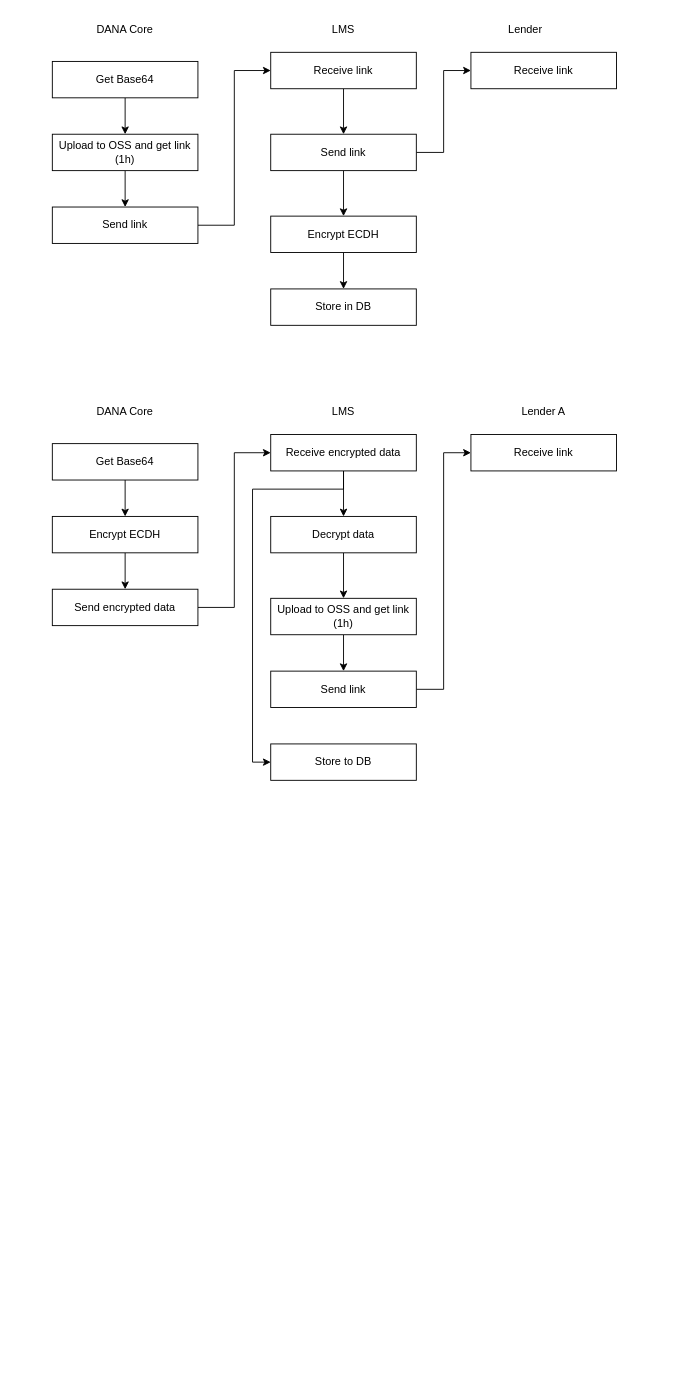
Earlier version of the draw.io diagram page "PII Discussion" (2 of 2) of multi_lender_migration_sop.drawio (bonggalshn/dna_diagram). Source tidied: cells renumbered, new cells numbered last; positions are measured from the earlier drawing's top-left corner, leaving out a move shared by most shapes. Both pictures are drawn from the tidied source at 91%, with x=0, y=0 at pixel (52, 15).
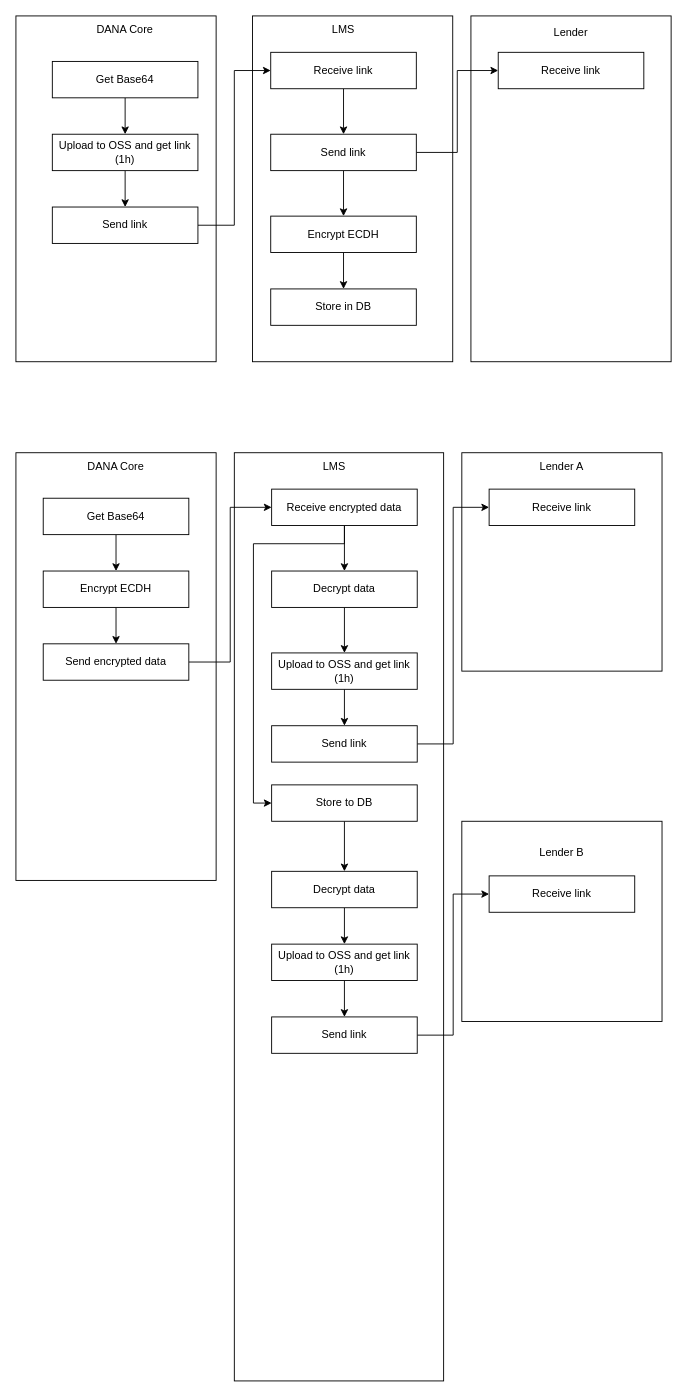
Above is the later version.

Diff of the diagram source:
```diff
@@
+    <mxCell id="40" style="rounded=0;whiteSpace=wrap;html=1;" parent="1" vertex="1">
+      <mxGeometry x="450" y="480" width="220" height="240" as="geometry" />
+    </mxCell>
+    <mxCell id="41" style="rounded=0;whiteSpace=wrap;html=1;" parent="1" vertex="1">
+      <mxGeometry x="200" y="480" width="230" height="1020" as="geometry" />
+    </mxCell>
+    <mxCell id="42" style="rounded=0;whiteSpace=wrap;html=1;" parent="1" vertex="1">
+      <mxGeometry x="-40" y="480" width="220" height="470" as="geometry" />
+    </mxCell>
+    <mxCell id="43" style="rounded=0;whiteSpace=wrap;html=1;" parent="1" vertex="1">
+      <mxGeometry x="460" width="220" height="380" as="geometry" />
+    </mxCell>
+    <mxCell id="44" style="rounded=0;whiteSpace=wrap;html=1;" parent="1" vertex="1">
+      <mxGeometry x="-40" width="220" height="380" as="geometry" />
+    </mxCell>
+    <mxCell id="45" style="rounded=0;whiteSpace=wrap;html=1;" parent="1" vertex="1">
+      <mxGeometry x="220" width="220" height="380" as="geometry" />
+    </mxCell>
@@
     <mxCell id="18" value="Lender" style="text;html=1;strokeColor=none;fillColor=none;align=center;verticalAlign=middle;whiteSpace=wrap;rounded=0;" parent="1" vertex="1">
-      <mxGeometry x="440" width="160" height="30" as="geometry" />
+      <mxGeometry x="490" y="4" width="160" height="30" as="geometry" />
     </mxCell>
     <mxCell id="19" value="Receive link" style="rounded=0;whiteSpace=wrap;html=1;imageVerticalAlign=top;" parent="1" vertex="1">
-      <mxGeometry x="460" y="40" width="160" height="40" as="geometry" />
+      <mxGeometry x="490" y="40" width="160" height="40" as="geometry" />
     </mxCell>
@@
     <mxCell id="21" value="Get Base64" style="rounded=0;whiteSpace=wrap;html=1;imageVerticalAlign=top;" parent="1" vertex="1">
-      <mxGeometry y="470" width="160" height="40" as="geometry" />
+      <mxGeometry x="-10" y="530" width="160" height="40" as="geometry" />
     </mxCell>
@@
     <mxCell id="23" value="Encrypt ECDH" style="rounded=0;whiteSpace=wrap;html=1;imageVerticalAlign=top;" parent="1" vertex="1">
-      <mxGeometry y="550" width="160" height="40" as="geometry" />
+      <mxGeometry x="-10" y="610" width="160" height="40" as="geometry" />
     </mxCell>
     <mxCell id="24" value="DANA Core" style="text;html=1;strokeColor=none;fillColor=none;align=center;verticalAlign=middle;whiteSpace=wrap;rounded=0;" parent="1" vertex="1">
-      <mxGeometry y="420" width="160" height="30" as="geometry" />
+      <mxGeometry x="-10" y="480" width="160" height="30" as="geometry" />
     </mxCell>
     <mxCell id="25" value="LMS" style="text;html=1;strokeColor=none;fillColor=none;align=center;verticalAlign=middle;whiteSpace=wrap;rounded=0;" parent="1" vertex="1">
-      <mxGeometry x="240" y="420" width="160" height="30" as="geometry" />
+      <mxGeometry x="230" y="480" width="160" height="30" as="geometry" />
     </mxCell>
@@
-    <mxCell id="27" style="edgeStyle=orthogonalEdgeStyle;rounded=0;jettySize=auto;html=1;" parent="1" edge="1" source="28" target="39">
+    <mxCell id="27" style="edgeStyle=orthogonalEdgeStyle;rounded=0;jettySize=auto;html=1;entryX=0;entryY=0.5;entryDx=0;entryDy=0;" parent="1" edge="1" source="28" target="39">
       <mxGeometry relative="1" as="geometry">
         <Array as="points">
-          <mxPoint x="320" y="520" />
-          <mxPoint x="220" y="520" />
-          <mxPoint x="220" y="820" />
+          <mxPoint x="321" y="580" />
+          <mxPoint x="221" y="580" />
+          <mxPoint x="221" y="865" />
         </Array>
       </mxGeometry>
     </mxCell>
     <mxCell id="28" value="Receive encrypted data" style="rounded=0;whiteSpace=wrap;html=1;imageVerticalAlign=top;" parent="1" vertex="1">
-      <mxGeometry x="240" y="460" width="160" height="40" as="geometry" />
+      <mxGeometry x="241" y="520" width="160" height="40" as="geometry" />
     </mxCell>
@@
     <mxCell id="30" value="Decrypt data" style="rounded=0;whiteSpace=wrap;html=1;imageVerticalAlign=top;" parent="1" vertex="1">
-      <mxGeometry x="240" y="550" width="160" height="40" as="geometry" />
+      <mxGeometry x="241" y="610" width="160" height="40" as="geometry" />
     </mxCell>
@@
     <mxCell id="32" value="Send encrypted data" style="rounded=0;whiteSpace=wrap;html=1;imageVerticalAlign=top;" parent="1" vertex="1">
-      <mxGeometry y="630" width="160" height="40" as="geometry" />
+      <mxGeometry x="-10" y="690" width="160" height="40" as="geometry" />
     </mxCell>
@@
     <mxCell id="34" value="Upload to OSS and get link (1h)" style="rounded=0;whiteSpace=wrap;html=1;imageVerticalAlign=top;" parent="1" vertex="1">
-      <mxGeometry x="240" y="640" width="160" height="40" as="geometry" />
+      <mxGeometry x="241" y="700" width="160" height="40" as="geometry" />
     </mxCell>
@@
     <mxCell id="36" value="Send link" style="rounded=0;whiteSpace=wrap;html=1;imageVerticalAlign=top;" parent="1" vertex="1">
-      <mxGeometry x="240" y="720" width="160" height="40" as="geometry" />
+      <mxGeometry x="241" y="780" width="160" height="40" as="geometry" />
     </mxCell>
     <mxCell id="37" value="Lender A" style="text;html=1;strokeColor=none;fillColor=none;align=center;verticalAlign=middle;whiteSpace=wrap;rounded=0;" parent="1" vertex="1">
-      <mxGeometry x="460" y="420" width="160" height="30" as="geometry" />
+      <mxGeometry x="480" y="480" width="160" height="30" as="geometry" />
     </mxCell>
     <mxCell id="38" value="Receive link" style="rounded=0;whiteSpace=wrap;html=1;imageVerticalAlign=top;" parent="1" vertex="1">
-      <mxGeometry x="460" y="460" width="160" height="40" as="geometry" />
+      <mxGeometry x="480" y="520" width="160" height="40" as="geometry" />
     </mxCell>
+    <mxCell id="46" style="edgeStyle=orthogonalEdgeStyle;rounded=0;jettySize=auto;html=1;" parent="1" edge="1" source="39" target="51">
+      <mxGeometry relative="1" as="geometry" />
+    </mxCell>
     <mxCell id="39" value="Store to DB" style="rounded=0;whiteSpace=wrap;html=1;imageVerticalAlign=top;" parent="1" vertex="1">
-      <mxGeometry x="240" y="800" width="160" height="40" as="geometry" />
+      <mxGeometry x="241" y="845" width="160" height="40" as="geometry" />
     </mxCell>
+    <mxCell id="47" style="rounded=0;whiteSpace=wrap;html=1;" parent="1" vertex="1">
+      <mxGeometry x="450" y="885" width="220" height="220" as="geometry" />
+    </mxCell>
+    <mxCell id="48" value="Lender B" style="text;html=1;strokeColor=none;fillColor=none;align=center;verticalAlign=middle;whiteSpace=wrap;rounded=0;" parent="1" vertex="1">
+      <mxGeometry x="480" y="905" width="160" height="30" as="geometry" />
+    </mxCell>
+    <mxCell id="49" value="Receive link" style="rounded=0;whiteSpace=wrap;html=1;imageVerticalAlign=top;" parent="1" vertex="1">
+      <mxGeometry x="480" y="945" width="160" height="40" as="geometry" />
+    </mxCell>
+    <mxCell id="50" style="edgeStyle=orthogonalEdgeStyle;rounded=0;jettySize=auto;html=1;" parent="1" edge="1" source="51" target="53">
+      <mxGeometry relative="1" as="geometry" />
+    </mxCell>
+    <mxCell id="51" value="Decrypt data" style="rounded=0;whiteSpace=wrap;html=1;imageVerticalAlign=top;" parent="1" vertex="1">
+      <mxGeometry x="241" y="940" width="160" height="40" as="geometry" />
+    </mxCell>
+    <mxCell id="52" style="edgeStyle=orthogonalEdgeStyle;rounded=0;jettySize=auto;html=1;" parent="1" edge="1" source="53" target="55">
+      <mxGeometry relative="1" as="geometry" />
+    </mxCell>
+    <mxCell id="53" value="Upload to OSS and get link (1h)" style="rounded=0;whiteSpace=wrap;html=1;imageVerticalAlign=top;" parent="1" vertex="1">
+      <mxGeometry x="241" y="1020" width="160" height="40" as="geometry" />
+    </mxCell>
+    <mxCell id="54" style="edgeStyle=orthogonalEdgeStyle;rounded=0;jettySize=auto;html=1;entryX=0;entryY=0.5;entryDx=0;entryDy=0;" parent="1" edge="1" source="55" target="49">
+      <mxGeometry relative="1" as="geometry" />
+    </mxCell>
+    <mxCell id="55" value="Send link" style="rounded=0;whiteSpace=wrap;html=1;imageVerticalAlign=top;" parent="1" vertex="1">
+      <mxGeometry x="241" y="1100" width="160" height="40" as="geometry" />
+    </mxCell>
```
